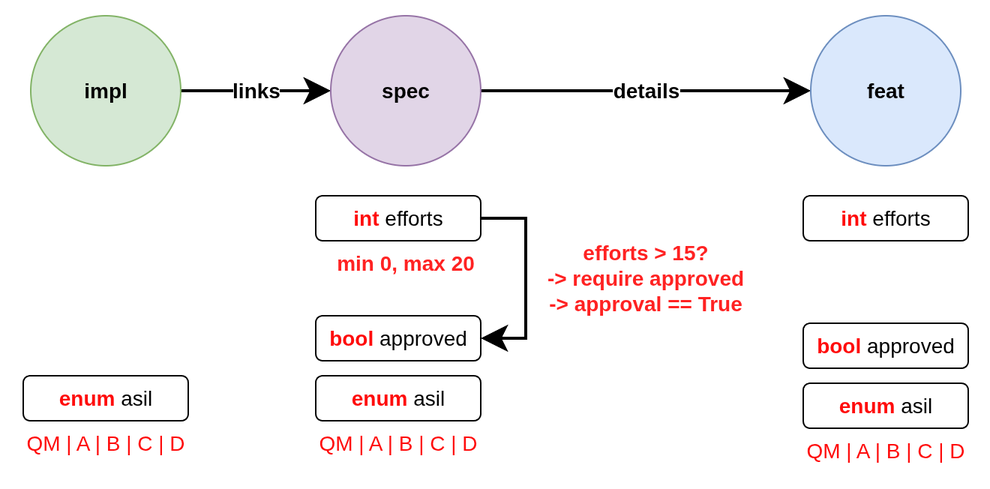
useblocks/sphinx-needs keeps this draw.io diagram as docs/schema/02_local_check.drawio.png. Above is the earlier version. Source tidied: cells renumbered, new cells last; positions are measured from the earlier drawing's top-left corner, leaving out a move shared by most shapes.
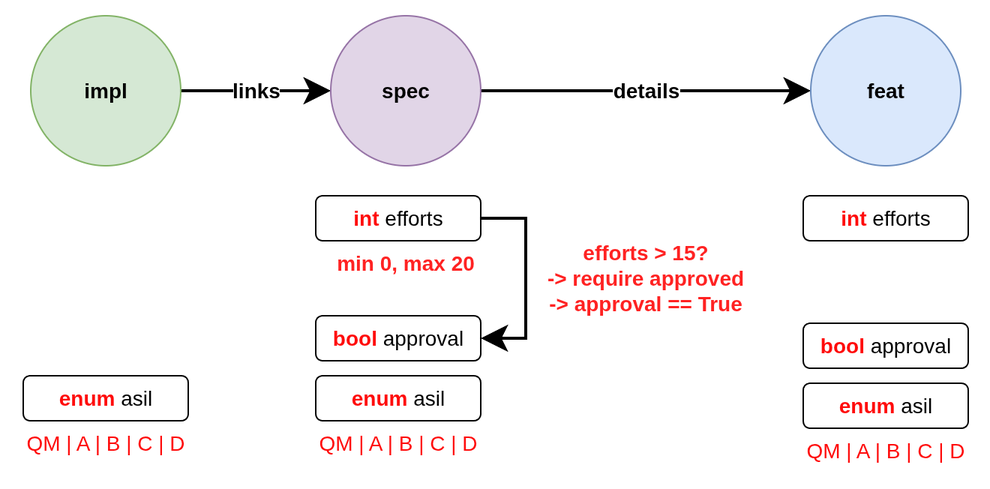
Above is the later version.

What changed in the source:
```diff
@@ -28,7 +28,7 @@
     <mxCell id="8" value="&lt;b&gt;&lt;font style=&quot;color: rgb(255, 12, 12);&quot;&gt;int&lt;/font&gt;&lt;/b&gt;&amp;nbsp;efforts" style="rounded=1;whiteSpace=wrap;html=1;fontFamily=Helvetica;fontSize=14;fontColor=default;labelBackgroundColor=default;" parent="1" vertex="1">
       <mxGeometry x="200" y="120" width="110" height="30" as="geometry" />
     </mxCell>
-    <mxCell id="9" value="&lt;b&gt;&lt;font style=&quot;color: rgb(255, 12, 12);&quot;&gt;bool&lt;/font&gt;&lt;/b&gt;&amp;nbsp;approved" style="rounded=1;whiteSpace=wrap;html=1;fontFamily=Helvetica;fontSize=14;fontColor=default;labelBackgroundColor=default;" parent="1" vertex="1">
+    <mxCell id="9" value="&lt;b&gt;&lt;font style=&quot;color: rgb(255, 12, 12);&quot;&gt;bool&lt;/font&gt;&lt;/b&gt;&amp;nbsp;approval" style="rounded=1;whiteSpace=wrap;html=1;fontFamily=Helvetica;fontSize=14;fontColor=default;labelBackgroundColor=default;" parent="1" vertex="1">
       <mxGeometry x="200" y="200" width="110" height="30" as="geometry" />
     </mxCell>
     <mxCell id="10" value="&lt;b&gt;&lt;font style=&quot;color: rgb(255, 12, 12);&quot;&gt;enum&lt;/font&gt;&lt;/b&gt;&amp;nbsp;asil" style="rounded=1;whiteSpace=wrap;html=1;fontFamily=Helvetica;fontSize=14;fontColor=default;labelBackgroundColor=default;" parent="1" vertex="1">
@@ -40,7 +40,7 @@
     <mxCell id="12" value="&lt;b&gt;&lt;font style=&quot;color: rgb(255, 12, 12);&quot;&gt;int&lt;/font&gt;&lt;/b&gt;&amp;nbsp;efforts" style="rounded=1;whiteSpace=wrap;html=1;fontFamily=Helvetica;fontSize=14;fontColor=default;labelBackgroundColor=default;" parent="1" vertex="1">
       <mxGeometry x="525" y="120" width="110" height="30" as="geometry" />
     </mxCell>
-    <mxCell id="13" value="&lt;b&gt;&lt;font style=&quot;color: rgb(255, 12, 12);&quot;&gt;bool&lt;/font&gt;&lt;/b&gt;&amp;nbsp;approved" style="rounded=1;whiteSpace=wrap;html=1;fontFamily=Helvetica;fontSize=14;fontColor=default;labelBackgroundColor=default;" parent="1" vertex="1">
+    <mxCell id="13" value="&lt;b&gt;&lt;font style=&quot;color: rgb(255, 12, 12);&quot;&gt;bool&lt;/font&gt;&lt;/b&gt;&amp;nbsp;approval" style="rounded=1;whiteSpace=wrap;html=1;fontFamily=Helvetica;fontSize=14;fontColor=default;labelBackgroundColor=default;" parent="1" vertex="1">
       <mxGeometry x="525" y="205" width="110" height="30" as="geometry" />
     </mxCell>
     <mxCell id="14" value="&lt;b&gt;&lt;font style=&quot;color: rgb(255, 12, 12);&quot;&gt;enum&lt;/font&gt;&lt;/b&gt;&amp;nbsp;asil" style="rounded=1;whiteSpace=wrap;html=1;fontFamily=Helvetica;fontSize=14;fontColor=default;labelBackgroundColor=default;" parent="1" vertex="1">
```
